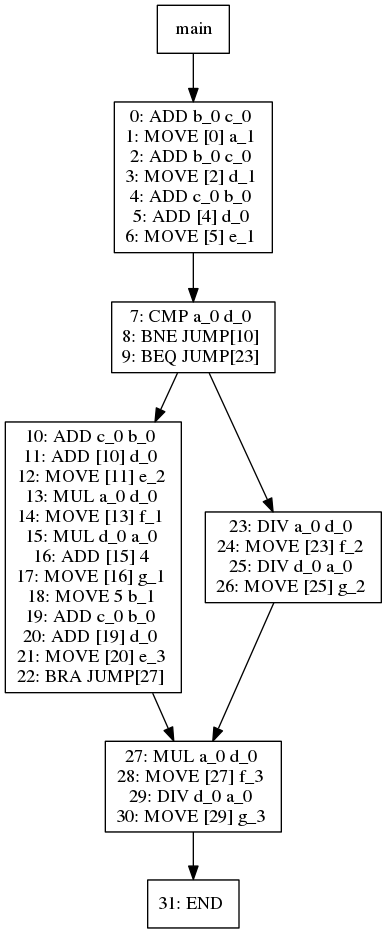
Before: viz/test025.dot.png, a diagram exported from Graphviz (jiahanwang/PL241-Compiler). Its source is kept beside it as viz/test025.dot.
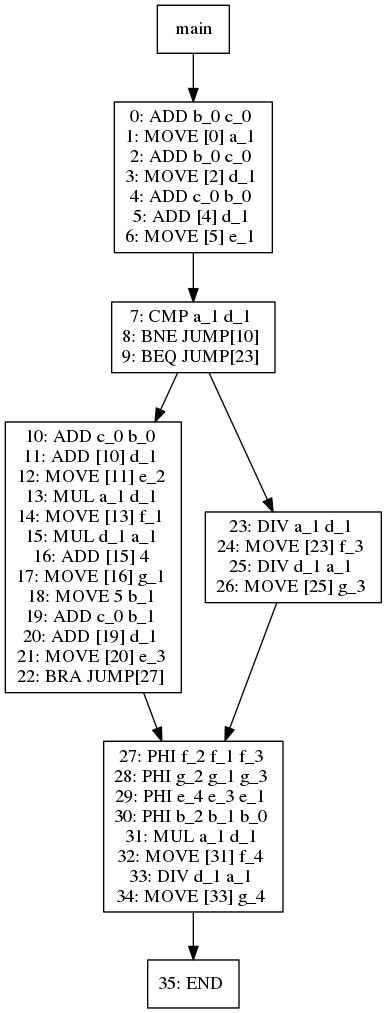
Later version of the same file.

Change to the diagram source:
```diff
@@ -7,43 +7,47 @@
 2: ADD b_0 c_0
 3: MOVE [2] d_1
 4: ADD c_0 b_0
-5: ADD [4] d_0
+5: ADD [4] d_1
 6: MOVE [5] e_1
 "]
 3 -> 6
-6[label="7: CMP a_0 d_0
+6[label="7: CMP a_1 d_1
 8: BNE JUMP[10]
 9: BEQ JUMP[23]
 "]
 6 -> 8
 8[label="10: ADD c_0 b_0
-11: ADD [10] d_0
+11: ADD [10] d_1
 12: MOVE [11] e_2
-13: MUL a_0 d_0
+13: MUL a_1 d_1
 14: MOVE [13] f_1
-15: MUL d_0 a_0
+15: MUL d_1 a_1
 16: ADD [15] 4
 17: MOVE [16] g_1
 18: MOVE 5 b_1
-19: ADD c_0 b_0
-20: ADD [19] d_0
+19: ADD c_0 b_1
+20: ADD [19] d_1
 21: MOVE [20] e_3
 22: BRA JUMP[27]
 "]
 8 -> 7
-7[label="27: MUL a_0 d_0
-28: MOVE [27] f_3
-29: DIV d_0 a_0
-30: MOVE [29] g_3
+7[label="27: PHI f_2 f_1 f_3
+28: PHI g_2 g_1 g_3
+29: PHI e_4 e_3 e_1
+30: PHI b_2 b_1 b_0
+31: MUL a_1 d_1
+32: MOVE [31] f_4
+33: DIV d_1 a_1
+34: MOVE [33] g_4
 "]
 7 -> 17
-17[label="31: END
+17[label="35: END
 "]
 6 -> 13
-13[label="23: DIV a_0 d_0
-24: MOVE [23] f_2
-25: DIV d_0 a_0
-26: MOVE [25] g_2
+13[label="23: DIV a_1 d_1
+24: MOVE [23] f_3
+25: DIV d_1 a_1
+26: MOVE [25] g_3
 "]
 13 -> 7
 }
```
